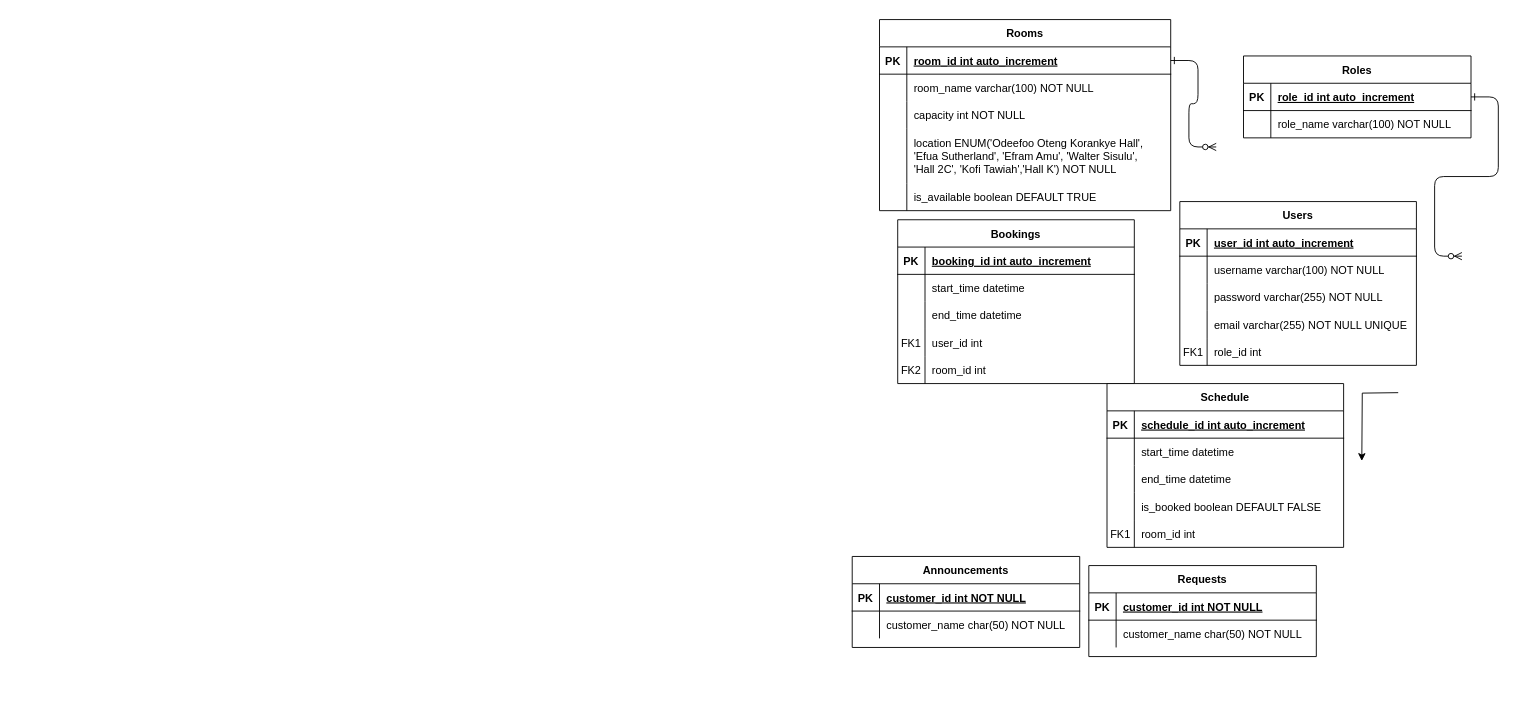
Lamiorkor/WebTech_A_Team3 keeps this draw.io diagram as WebTechFinalProject/db/Untitled Diagram.drawio. Above is the earlier version. Source tidied: cells renumbered, new cells numbered last; positions are measured from the earlier drawing's top-left corner, leaving out a move shared by most shapes. Both pictures are drawn from the tidied source at 91%, with x=0, y=0 at pixel (852, 19).
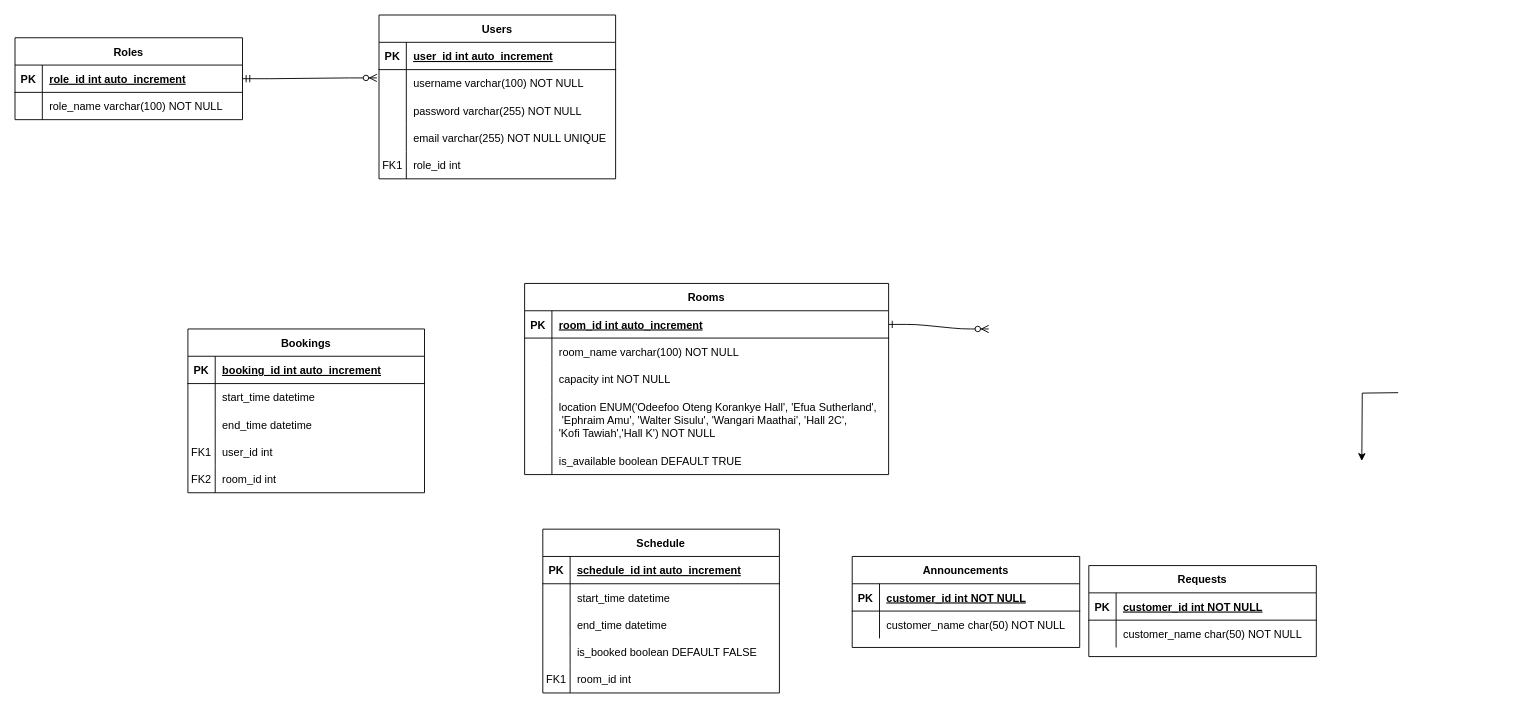
Above is the later version.

Unchanged cells that the change refers to:
```xml
<mxCell id="5" style="shape=partialRectangle;fillColor=none;points=[[0,0.5],[1,0.5]];portConstraint=eastwest;top=0;left=0;right=0;bottom=1;" parent="4" vertex="1">
  <mxGeometry y="30" width="250" height="30" as="geometry" />
</mxCell>
<mxCell id="16" style="shape=partialRectangle;fillColor=none;points=[[0,0.5],[1,0.5]];portConstraint=eastwest;top=0;left=0;right=0;bottom=0;" parent="12" vertex="1">
  <mxGeometry y="60" width="260" height="30" as="geometry" />
</mxCell>
```

What changed in the source:
```diff
@@
     <mxCell id="2" style="edgeStyle=entityRelationEdgeStyle;endArrow=ERzeroToMany;startArrow=ERone;endFill=1;startFill=0;" parent="1" edge="1" source="29">
       <mxGeometry relative="1" as="geometry">
-        <mxPoint x="400" y="140" as="targetPoint" />
+        <mxPoint x="150" y="340" as="targetPoint" />
         <Array as="points">
           <mxPoint x="410" y="130" />
         </Array>
       </mxGeometry>
     </mxCell>
-    <mxCell id="3" style="edgeStyle=entityRelationEdgeStyle;endArrow=ERzeroToMany;startArrow=ERone;endFill=1;startFill=0;" parent="1" edge="1" source="5">
-      <mxGeometry relative="1" as="geometry">
-        <mxPoint x="670" y="260" as="targetPoint" />
-      </mxGeometry>
-    </mxCell>
     <mxCell id="4" value="Roles" style="shape=table;startSize=30;childLayout=tableLayout;rowLines=0;fontStyle=1;align=center;" parent="1" vertex="1">
-      <mxGeometry x="430" y="40" width="250" height="90" as="geometry" />
+      <mxGeometry x="-920" y="20" width="250" height="90" as="geometry" />
     </mxCell>
@@
     <mxCell id="12" value="Users" style="shape=table;startSize=30;childLayout=tableLayout;rowLines=0;fontStyle=1;align=center;" parent="1" vertex="1">
-      <mxGeometry x="360" y="200" width="260" height="180" as="geometry" />
+      <mxGeometry x="-520" y="-5" width="260" height="180" as="geometry" />
     </mxCell>
@@
     <mxCell id="28" value="Rooms" style="shape=table;startSize=30;childLayout=tableLayout;rowLines=0;fontStyle=1;align=center;" parent="1" vertex="1">
-      <mxGeometry x="30" width="320" height="210" as="geometry" />
+      <mxGeometry x="-360" y="290" width="400" height="210" as="geometry" />
     </mxCell>
     <mxCell id="29" style="shape=partialRectangle;fillColor=none;points=[[0,0.5],[1,0.5]];portConstraint=eastwest;top=0;left=0;right=0;bottom=1;" parent="28" vertex="1">
-      <mxGeometry y="30" width="320" height="30" as="geometry" />
+      <mxGeometry y="30" width="400" height="30" as="geometry" />
     </mxCell>
@@
     <mxCell id="31" value="room_id int auto_increment" style="shape=partialRectangle;overflow=hidden;fillColor=none;top=0;left=0;bottom=0;right=0;align=left;spacingLeft=6;fontStyle=5;" parent="29" vertex="1">
-      <mxGeometry x="30" width="290" height="30" as="geometry" />
+      <mxGeometry x="30" width="370" height="30" as="geometry" />
     </mxCell>
     <mxCell id="32" style="shape=partialRectangle;fillColor=none;top=0;left=0;right=0;bottom=0;" parent="28" vertex="1">
-      <mxGeometry y="60" width="320" height="30" as="geometry" />
+      <mxGeometry y="60" width="400" height="30" as="geometry" />
     </mxCell>
@@
     <mxCell id="34" value="room_name varchar(100) NOT NULL" style="shape=partialRectangle;overflow=hidden;fillColor=none;top=0;left=0;bottom=0;right=0;align=left;spacingLeft=6;" parent="32" vertex="1">
-      <mxGeometry x="30" width="290" height="30" as="geometry" />
+      <mxGeometry x="30" width="370" height="30" as="geometry" />
     </mxCell>
     <mxCell id="35" style="shape=partialRectangle;fillColor=none;top=0;left=0;right=0;bottom=0;" parent="28" vertex="1">
-      <mxGeometry y="90" width="320" height="30" as="geometry" />
+      <mxGeometry y="90" width="400" height="30" as="geometry" />
     </mxCell>
@@
     <mxCell id="37" value="capacity int NOT NULL" style="shape=partialRectangle;overflow=hidden;fillColor=none;top=0;left=0;bottom=0;right=0;align=left;spacingLeft=6;" parent="35" vertex="1">
-      <mxGeometry x="30" width="290" height="30" as="geometry" />
+      <mxGeometry x="30" width="370" height="30" as="geometry" />
     </mxCell>
     <mxCell id="38" style="shape=partialRectangle;fillColor=none;top=0;left=0;right=0;bottom=0;" parent="28" vertex="1">
-      <mxGeometry y="120" width="320" height="60" as="geometry" />
+      <mxGeometry y="120" width="400" height="60" as="geometry" />
     </mxCell>
@@
-    <mxCell id="40" value="location ENUM('Odeefoo Oteng Korankye Hall', &#10;'Efua Sutherland', 'Efram Amu', 'Walter Sisulu', &#10;'Hall 2C', 'Kofi Tawiah','Hall K') NOT NULL" style="shape=partialRectangle;overflow=hidden;fillColor=none;top=0;left=0;bottom=0;right=0;align=left;spacingLeft=6;" parent="38" vertex="1">
-      <mxGeometry x="30" width="290" height="60" as="geometry" />
+    <mxCell id="40" value="location ENUM('Odeefoo Oteng Korankye Hall', 'Efua Sutherland',&#10; 'Ephraim Amu', 'Walter Sisulu', 'Wangari Maathai', 'Hall 2C', &#10;'Kofi Tawiah','Hall K') NOT NULL" style="shape=partialRectangle;overflow=hidden;fillColor=none;top=0;left=0;bottom=0;right=0;align=left;spacingLeft=6;" parent="38" vertex="1">
+      <mxGeometry x="30" width="370" height="60" as="geometry" />
     </mxCell>
     <mxCell id="41" style="shape=partialRectangle;fillColor=none;top=0;left=0;right=0;bottom=0;" parent="28" vertex="1">
-      <mxGeometry y="180" width="320" height="30" as="geometry" />
+      <mxGeometry y="180" width="400" height="30" as="geometry" />
     </mxCell>
@@
     <mxCell id="43" value="is_available boolean DEFAULT TRUE" style="shape=partialRectangle;overflow=hidden;fillColor=none;top=0;left=0;bottom=0;right=0;align=left;spacingLeft=6;" parent="41" vertex="1">
-      <mxGeometry x="30" width="290" height="30" as="geometry" />
+      <mxGeometry x="30" width="370" height="30" as="geometry" />
     </mxCell>
@@
     <mxCell id="58" value="Bookings" style="shape=table;startSize=30;childLayout=tableLayout;rowLines=0;fontStyle=1;align=center;" parent="1" vertex="1">
-      <mxGeometry x="50" y="220" width="260" height="180" as="geometry" />
+      <mxGeometry x="-730" y="340" width="260" height="180" as="geometry" />
     </mxCell>
@@
     <mxCell id="74" value="Schedule" style="shape=table;startSize=30;childLayout=tableLayout;rowLines=0;fontStyle=1;align=center;" parent="1" vertex="1">
-      <mxGeometry x="280" y="400" width="260" height="180" as="geometry" />
+      <mxGeometry x="-340" y="560" width="260" height="180" as="geometry" />
     </mxCell>
@@
+    <mxCell id="90" style="edgeStyle=entityRelationEdgeStyle;fontSize=12;html=1;endArrow=ERzeroToMany;startArrow=ERmandOne;rounded=0;exitX=1;exitY=0.5;exitDx=0;exitDy=0;entryX=-0.009;entryY=0.304;entryDx=0;entryDy=0;entryPerimeter=0;" parent="1" edge="1" source="5" target="16">
+      <mxGeometry relative="1" as="geometry" />
+    </mxCell>
```
